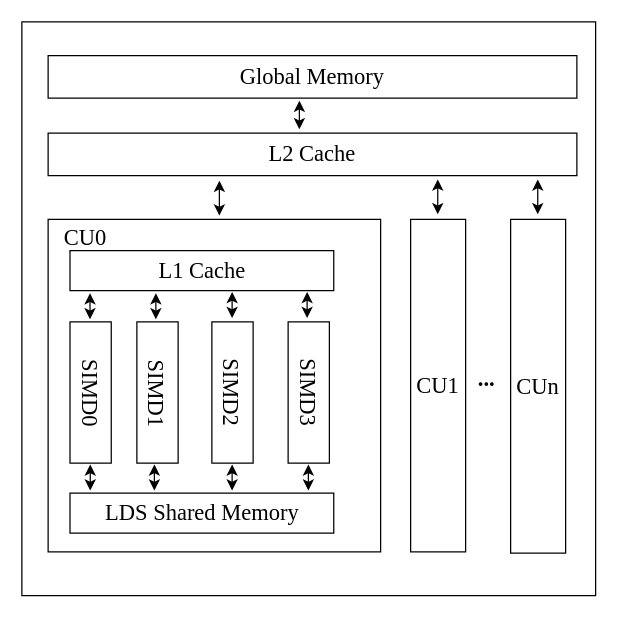
The draw.io diagram 未命名绘图.drawio in bestFang666/studyRecord, before the edit. Source tidied: cells renumbered, new cells numbered last; positions are measured from the earlier drawing's top-left corner, leaving out a move shared by most shapes. Both pictures are drawn from the tidied source at 125%, with x=0, y=0 at pixel (21, 21).
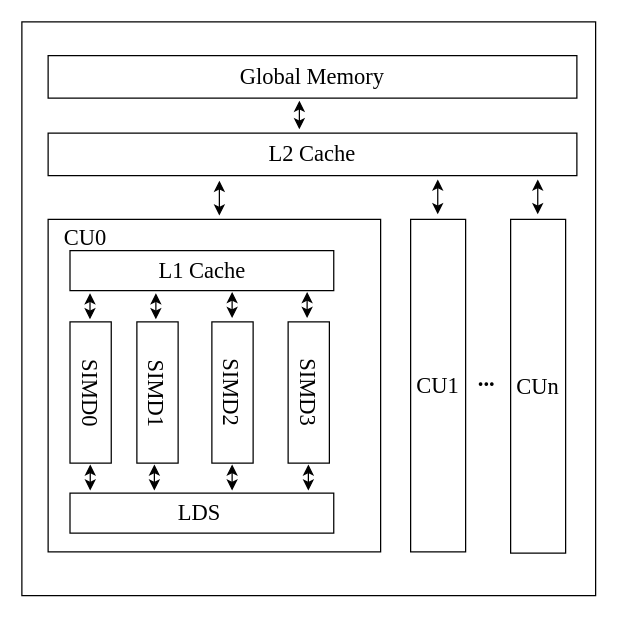
Above is the later version.

Diff of the diagram source:
```diff
@@
-    <mxCell id="9" value="&lt;font style=&quot;font-size: 18px;&quot; face=&quot;Times New Roman&quot;&gt;LDS Shared Memory&lt;/font&gt;" style="rounded=0;whiteSpace=wrap;html=1;" parent="1" vertex="1">
+    <mxCell id="9" value="&lt;font style=&quot;font-size: 18px;&quot; face=&quot;Times New Roman&quot;&gt;LDS&amp;nbsp;&lt;/font&gt;" style="rounded=0;whiteSpace=wrap;html=1;" parent="1" vertex="1">
       <mxGeometry x="38.5" y="377" width="211" height="32" as="geometry" />
     </mxCell>
```
